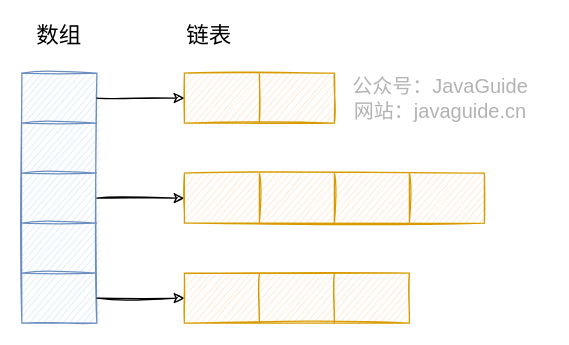
The draw.io diagram docs/java/collection/images/jdk1.7_hashmap.drawio in Snailclimb/JavaGuide, before the edit. Source tidied: cells renumbered, new cells numbered last; positions are measured from the earlier drawing's top-left corner, leaving out a move shared by most shapes. Both pictures are drawn from the tidied source at 125%, with x=0, y=0 at pixel (21, 22).
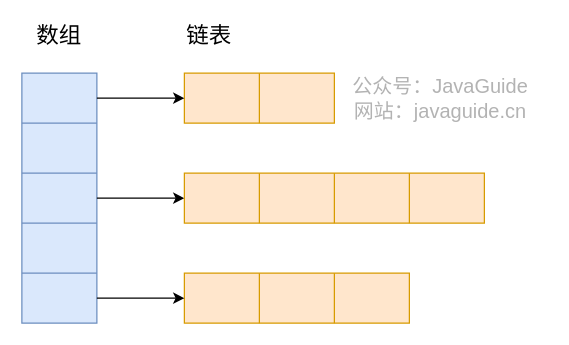
After the change.

What changed in the source:
```diff
@@
-    <mxCell id="2" style="shape=table;html=1;whiteSpace=wrap;startSize=0;childLayout=tableLayout;sketch=1;fillColor=#dae8fc;strokeColor=#6c8ebf;rounded=1;" parent="1" vertex="1">
+    <mxCell id="2" style="shape=table;html=1;whiteSpace=wrap;startSize=0;childLayout=tableLayout;sketch=0;fillColor=#dae8fc;strokeColor=#6c8ebf;rounded=1;" parent="1" vertex="1">
       <mxGeometry y="40" width="60" height="200" as="geometry" />
     </mxCell>
-    <mxCell id="3" style="shape=partialRectangle;html=1;whiteSpace=wrap;fillColor=none;top=0;left=0;bottom=0;right=0;points=[[0,0.5],[1,0.5]];portConstraint=eastwest;sketch=1;" parent="2" vertex="1">
+    <mxCell id="3" style="shape=partialRectangle;html=1;whiteSpace=wrap;fillColor=none;top=0;left=0;bottom=0;right=0;points=[[0,0.5],[1,0.5]];portConstraint=eastwest;sketch=0;" parent="2" vertex="1">
       <mxGeometry width="60" height="40" as="geometry" />
     </mxCell>
-    <mxCell id="4" style="shape=partialRectangle;html=1;whiteSpace=wrap;overflow=hidden;fillColor=none;top=0;left=0;bottom=0;right=0;sketch=1;" parent="3" vertex="1">
+    <mxCell id="4" style="shape=partialRectangle;html=1;whiteSpace=wrap;overflow=hidden;fillColor=none;top=0;left=0;bottom=0;right=0;sketch=0;" parent="3" vertex="1">
       <mxGeometry width="60" height="40" as="geometry" />
     </mxCell>
-    <mxCell id="5" style="shape=partialRectangle;html=1;whiteSpace=wrap;fillColor=none;top=0;left=0;bottom=0;right=0;sketch=1;" parent="2" vertex="1">
+    <mxCell id="5" style="shape=partialRectangle;html=1;whiteSpace=wrap;fillColor=none;top=0;left=0;bottom=0;right=0;sketch=0;" parent="2" vertex="1">
       <mxGeometry y="40" width="60" height="40" as="geometry" />
     </mxCell>
-    <mxCell id="6" style="shape=partialRectangle;html=1;whiteSpace=wrap;overflow=hidden;fillColor=none;top=0;left=0;bottom=0;right=0;sketch=1;" parent="5" vertex="1">
+    <mxCell id="6" style="shape=partialRectangle;html=1;whiteSpace=wrap;overflow=hidden;fillColor=none;top=0;left=0;bottom=0;right=0;sketch=0;" parent="5" vertex="1">
       <mxGeometry width="60" height="40" as="geometry" />
     </mxCell>
-    <mxCell id="7" style="shape=partialRectangle;html=1;whiteSpace=wrap;fillColor=none;top=0;left=0;bottom=0;right=0;points=[[0,0.5],[1,0.5]];portConstraint=eastwest;sketch=1;" parent="2" vertex="1">
+    <mxCell id="7" style="shape=partialRectangle;html=1;whiteSpace=wrap;fillColor=none;top=0;left=0;bottom=0;right=0;points=[[0,0.5],[1,0.5]];portConstraint=eastwest;sketch=0;" parent="2" vertex="1">
       <mxGeometry y="80" width="60" height="40" as="geometry" />
     </mxCell>
-    <mxCell id="8" style="shape=partialRectangle;html=1;whiteSpace=wrap;overflow=hidden;fillColor=none;top=0;left=0;bottom=0;right=0;sketch=1;" parent="7" vertex="1">
+    <mxCell id="8" style="shape=partialRectangle;html=1;whiteSpace=wrap;overflow=hidden;fillColor=none;top=0;left=0;bottom=0;right=0;sketch=0;" parent="7" vertex="1">
       <mxGeometry width="60" height="40" as="geometry" />
     </mxCell>
-    <mxCell id="9" style="shape=partialRectangle;html=1;whiteSpace=wrap;fillColor=none;top=0;left=0;bottom=0;right=0;sketch=1;" parent="2" vertex="1">
+    <mxCell id="9" style="shape=partialRectangle;html=1;whiteSpace=wrap;fillColor=none;top=0;left=0;bottom=0;right=0;sketch=0;" parent="2" vertex="1">
       <mxGeometry y="120" width="60" height="40" as="geometry" />
     </mxCell>
-    <mxCell id="10" style="shape=partialRectangle;html=1;whiteSpace=wrap;overflow=hidden;fillColor=none;top=0;left=0;bottom=0;right=0;sketch=1;" parent="9" vertex="1">
+    <mxCell id="10" style="shape=partialRectangle;html=1;whiteSpace=wrap;overflow=hidden;fillColor=none;top=0;left=0;bottom=0;right=0;sketch=0;" parent="9" vertex="1">
       <mxGeometry width="60" height="40" as="geometry" />
     </mxCell>
-    <mxCell id="11" style="shape=partialRectangle;html=1;whiteSpace=wrap;fillColor=none;top=0;left=0;bottom=0;right=0;points=[[0,0.5],[1,0.5]];portConstraint=eastwest;sketch=1;" parent="2" vertex="1">
+    <mxCell id="11" style="shape=partialRectangle;html=1;whiteSpace=wrap;fillColor=none;top=0;left=0;bottom=0;right=0;points=[[0,0.5],[1,0.5]];portConstraint=eastwest;sketch=0;" parent="2" vertex="1">
       <mxGeometry y="160" width="60" height="40" as="geometry" />
     </mxCell>
-    <mxCell id="12" style="shape=partialRectangle;html=1;whiteSpace=wrap;overflow=hidden;fillColor=none;top=0;left=0;bottom=0;right=0;sketch=1;" parent="11" vertex="1">
+    <mxCell id="12" style="shape=partialRectangle;html=1;whiteSpace=wrap;overflow=hidden;fillColor=none;top=0;left=0;bottom=0;right=0;sketch=0;" parent="11" vertex="1">
       <mxGeometry width="60" height="40" as="geometry" />
     </mxCell>
-    <mxCell id="13" value="&lt;font style=&quot;font-size: 18px&quot;&gt;数组&lt;/font&gt;" style="text;html=1;strokeColor=none;fillColor=none;align=center;verticalAlign=middle;whiteSpace=wrap;rounded=0;sketch=1;" parent="1" vertex="1">
+    <mxCell id="13" value="&lt;font style=&quot;font-size: 18px&quot;&gt;数组&lt;/font&gt;" style="text;html=1;strokeColor=none;fillColor=none;align=center;verticalAlign=middle;whiteSpace=wrap;rounded=0;sketch=0;" parent="1" vertex="1">
       <mxGeometry x="10" width="40" height="20" as="geometry" />
     </mxCell>
-    <mxCell id="14" style="shape=table;html=1;whiteSpace=wrap;startSize=0;childLayout=tableLayout;rounded=1;strokeColor=#d79b00;fillColor=#ffe6cc;sketch=1;" parent="1" vertex="1">
+    <mxCell id="14" style="shape=table;html=1;whiteSpace=wrap;startSize=0;childLayout=tableLayout;rounded=1;strokeColor=#d79b00;fillColor=#ffe6cc;sketch=0;" parent="1" vertex="1">
       <mxGeometry x="130" y="40" width="120" height="40" as="geometry" />
     </mxCell>
-    <mxCell id="15" style="shape=partialRectangle;html=1;whiteSpace=wrap;fillColor=none;top=0;left=0;bottom=0;right=0;points=[[0,0.5],[1,0.5]];portConstraint=eastwest;sketch=1;" parent="14" vertex="1">
+    <mxCell id="15" style="shape=partialRectangle;html=1;whiteSpace=wrap;fillColor=none;top=0;left=0;bottom=0;right=0;points=[[0,0.5],[1,0.5]];portConstraint=eastwest;sketch=0;" parent="14" vertex="1">
       <mxGeometry width="120" height="40" as="geometry" />
     </mxCell>
-    <mxCell id="16" style="shape=partialRectangle;html=1;whiteSpace=wrap;overflow=hidden;fillColor=none;top=0;left=0;bottom=0;right=0;sketch=1;" parent="15" vertex="1">
+    <mxCell id="16" style="shape=partialRectangle;html=1;whiteSpace=wrap;overflow=hidden;fillColor=none;top=0;left=0;bottom=0;right=0;sketch=0;" parent="15" vertex="1">
       <mxGeometry width="60" height="40" as="geometry" />
     </mxCell>
-    <mxCell id="17" style="shape=partialRectangle;html=1;whiteSpace=wrap;overflow=hidden;fillColor=none;top=0;left=0;bottom=0;right=0;sketch=1;" parent="15" vertex="1">
+    <mxCell id="17" style="shape=partialRectangle;html=1;whiteSpace=wrap;overflow=hidden;fillColor=none;top=0;left=0;bottom=0;right=0;sketch=0;" parent="15" vertex="1">
       <mxGeometry x="60" width="60" height="40" as="geometry" />
     </mxCell>
-    <mxCell id="18" style="edgeStyle=orthogonalEdgeStyle;rounded=0;jettySize=auto;html=1;entryX=0;entryY=0.5;entryDx=0;entryDy=0;sketch=1;" parent="1" edge="1" source="7" target="20">
+    <mxCell id="18" style="edgeStyle=orthogonalEdgeStyle;rounded=0;jettySize=auto;html=1;entryX=0;entryY=0.5;entryDx=0;entryDy=0;sketch=0;" parent="1" edge="1" source="7" target="20">
       <mxGeometry relative="1" as="geometry" />
     </mxCell>
-    <mxCell id="19" style="edgeStyle=orthogonalEdgeStyle;rounded=0;jettySize=auto;html=1;entryX=0;entryY=0.5;entryDx=0;entryDy=0;sketch=1;" parent="1" edge="1" source="3" target="15">
+    <mxCell id="19" style="edgeStyle=orthogonalEdgeStyle;rounded=0;jettySize=auto;html=1;entryX=0;entryY=0.5;entryDx=0;entryDy=0;sketch=0;" parent="1" edge="1" source="3" target="15">
       <mxGeometry relative="1" as="geometry" />
     </mxCell>
-    <mxCell id="20" style="shape=table;html=1;whiteSpace=wrap;startSize=0;childLayout=tableLayout;rounded=1;strokeColor=#d79b00;fillColor=#ffe6cc;sketch=1;" parent="1" vertex="1">
+    <mxCell id="20" style="shape=table;html=1;whiteSpace=wrap;startSize=0;childLayout=tableLayout;rounded=1;strokeColor=#d79b00;fillColor=#ffe6cc;sketch=0;" parent="1" vertex="1">
       <mxGeometry x="130" y="120" width="240" height="40" as="geometry" />
     </mxCell>
-    <mxCell id="21" style="shape=partialRectangle;html=1;whiteSpace=wrap;fillColor=none;top=0;left=0;bottom=0;right=0;sketch=1;" parent="20" vertex="1">
+    <mxCell id="21" style="shape=partialRectangle;html=1;whiteSpace=wrap;fillColor=none;top=0;left=0;bottom=0;right=0;sketch=0;" parent="20" vertex="1">
       <mxGeometry width="240" height="40" as="geometry" />
     </mxCell>
-    <mxCell id="22" style="shape=partialRectangle;html=1;whiteSpace=wrap;overflow=hidden;fillColor=none;top=0;left=0;bottom=0;right=0;sketch=1;" parent="21" vertex="1">
+    <mxCell id="22" style="shape=partialRectangle;html=1;whiteSpace=wrap;overflow=hidden;fillColor=none;top=0;left=0;bottom=0;right=0;sketch=0;" parent="21" vertex="1">
       <mxGeometry width="60" height="40" as="geometry" />
     </mxCell>
-    <mxCell id="23" style="shape=partialRectangle;html=1;whiteSpace=wrap;overflow=hidden;fillColor=none;top=0;left=0;bottom=0;right=0;sketch=1;" parent="21" vertex="1">
+    <mxCell id="23" style="shape=partialRectangle;html=1;whiteSpace=wrap;overflow=hidden;fillColor=none;top=0;left=0;bottom=0;right=0;sketch=0;" parent="21" vertex="1">
       <mxGeometry x="60" width="60" height="40" as="geometry" />
     </mxCell>
-    <mxCell id="24" style="shape=partialRectangle;html=1;whiteSpace=wrap;overflow=hidden;fillColor=none;top=0;left=0;bottom=0;right=0;sketch=1;" parent="21" vertex="1">
+    <mxCell id="24" style="shape=partialRectangle;html=1;whiteSpace=wrap;overflow=hidden;fillColor=none;top=0;left=0;bottom=0;right=0;sketch=0;" parent="21" vertex="1">
       <mxGeometry x="120" width="60" height="40" as="geometry" />
     </mxCell>
-    <mxCell id="25" style="shape=partialRectangle;html=1;whiteSpace=wrap;overflow=hidden;fillColor=none;top=0;left=0;bottom=0;right=0;sketch=1;" parent="21" vertex="1">
+    <mxCell id="25" style="shape=partialRectangle;html=1;whiteSpace=wrap;overflow=hidden;fillColor=none;top=0;left=0;bottom=0;right=0;sketch=0;" parent="21" vertex="1">
       <mxGeometry x="180" width="60" height="40" as="geometry" />
     </mxCell>
-    <mxCell id="26" style="shape=table;html=1;whiteSpace=wrap;startSize=0;childLayout=tableLayout;rounded=1;strokeColor=#d79b00;fillColor=#ffe6cc;sketch=1;" parent="1" vertex="1">
+    <mxCell id="26" style="shape=table;html=1;whiteSpace=wrap;startSize=0;childLayout=tableLayout;rounded=1;strokeColor=#d79b00;fillColor=#ffe6cc;sketch=0;" parent="1" vertex="1">
       <mxGeometry x="130" y="200" width="180" height="40" as="geometry" />
     </mxCell>
-    <mxCell id="27" style="shape=partialRectangle;html=1;whiteSpace=wrap;fillColor=none;top=0;left=0;bottom=0;right=0;sketch=1;" parent="26" vertex="1">
+    <mxCell id="27" style="shape=partialRectangle;html=1;whiteSpace=wrap;fillColor=none;top=0;left=0;bottom=0;right=0;sketch=0;" parent="26" vertex="1">
       <mxGeometry width="180" height="40" as="geometry" />
     </mxCell>
-    <mxCell id="28" style="shape=partialRectangle;html=1;whiteSpace=wrap;overflow=hidden;fillColor=none;top=0;left=0;bottom=0;right=0;sketch=1;" parent="27" vertex="1">
+    <mxCell id="28" style="shape=partialRectangle;html=1;whiteSpace=wrap;overflow=hidden;fillColor=none;top=0;left=0;bottom=0;right=0;sketch=0;" parent="27" vertex="1">
       <mxGeometry width="60" height="40" as="geometry" />
     </mxCell>
-    <mxCell id="29" style="shape=partialRectangle;html=1;whiteSpace=wrap;overflow=hidden;fillColor=none;top=0;left=0;bottom=0;right=0;sketch=1;" parent="27" vertex="1">
+    <mxCell id="29" style="shape=partialRectangle;html=1;whiteSpace=wrap;overflow=hidden;fillColor=none;top=0;left=0;bottom=0;right=0;sketch=0;" parent="27" vertex="1">
       <mxGeometry x="60" width="60" height="40" as="geometry" />
     </mxCell>
-    <mxCell id="30" style="shape=partialRectangle;html=1;whiteSpace=wrap;overflow=hidden;fillColor=none;top=0;left=0;bottom=0;right=0;sketch=1;" parent="27" vertex="1">
+    <mxCell id="30" style="shape=partialRectangle;html=1;whiteSpace=wrap;overflow=hidden;fillColor=none;top=0;left=0;bottom=0;right=0;sketch=0;" parent="27" vertex="1">
       <mxGeometry x="120" width="60" height="40" as="geometry" />
     </mxCell>
-    <mxCell id="31" style="edgeStyle=orthogonalEdgeStyle;rounded=0;jettySize=auto;html=1;sketch=1;" parent="1" edge="1" source="11" target="26">
+    <mxCell id="31" style="edgeStyle=orthogonalEdgeStyle;rounded=0;jettySize=auto;html=1;sketch=0;" parent="1" edge="1" source="11" target="26">
       <mxGeometry relative="1" as="geometry" />
     </mxCell>
-    <mxCell id="32" value="&lt;font style=&quot;font-size: 18px&quot;&gt;链表&lt;/font&gt;" style="text;html=1;strokeColor=none;fillColor=none;align=center;verticalAlign=middle;whiteSpace=wrap;rounded=0;sketch=1;" parent="1" vertex="1">
+    <mxCell id="32" value="&lt;font style=&quot;font-size: 18px&quot;&gt;链表&lt;/font&gt;" style="text;html=1;strokeColor=none;fillColor=none;align=center;verticalAlign=middle;whiteSpace=wrap;rounded=0;sketch=0;" parent="1" vertex="1">
       <mxGeometry x="130" width="40" height="20" as="geometry" />
     </mxCell>
-    <mxCell id="33" value="公众号：JavaGuide&lt;br style=&quot;font-size: 16px;&quot;&gt;网站：javaguide.cn" style="text;html=1;strokeColor=none;fillColor=none;align=center;verticalAlign=middle;whiteSpace=wrap;rounded=0;labelBackgroundColor=none;fontSize=16;fontColor=#B3B3B3;rotation=0;sketch=1;shadow=0;" parent="1" vertex="1">
+    <mxCell id="33" value="公众号：JavaGuide&lt;br style=&quot;font-size: 16px;&quot;&gt;网站：javaguide.cn" style="text;html=1;strokeColor=none;fillColor=none;align=center;verticalAlign=middle;whiteSpace=wrap;rounded=0;labelBackgroundColor=none;fontSize=16;fontColor=#B3B3B3;rotation=0;sketch=0;shadow=0;" parent="1" vertex="1">
       <mxGeometry x="250" y="55" width="170" height="10" as="geometry" />
     </mxCell>
```
